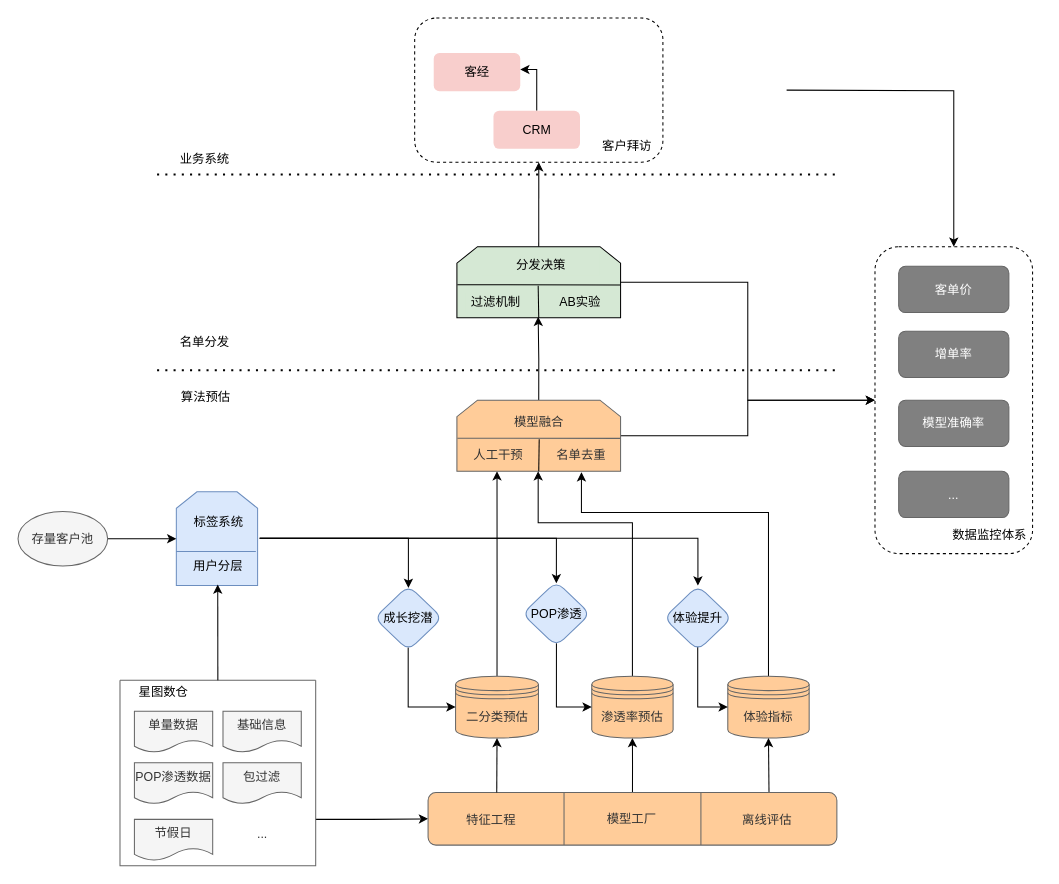
JintaiYang/drawio keeps this draw.io diagram as 增单挖潜技术评审Q1.drawio. Above is the earlier version. Source tidied: cells renumbered, new cells numbered last; positions are measured from the earlier drawing's top-left corner, leaving out a move shared by most shapes. Both pictures are drawn from the tidied source at 103%, with x=0, y=0 at pixel (18, 18).
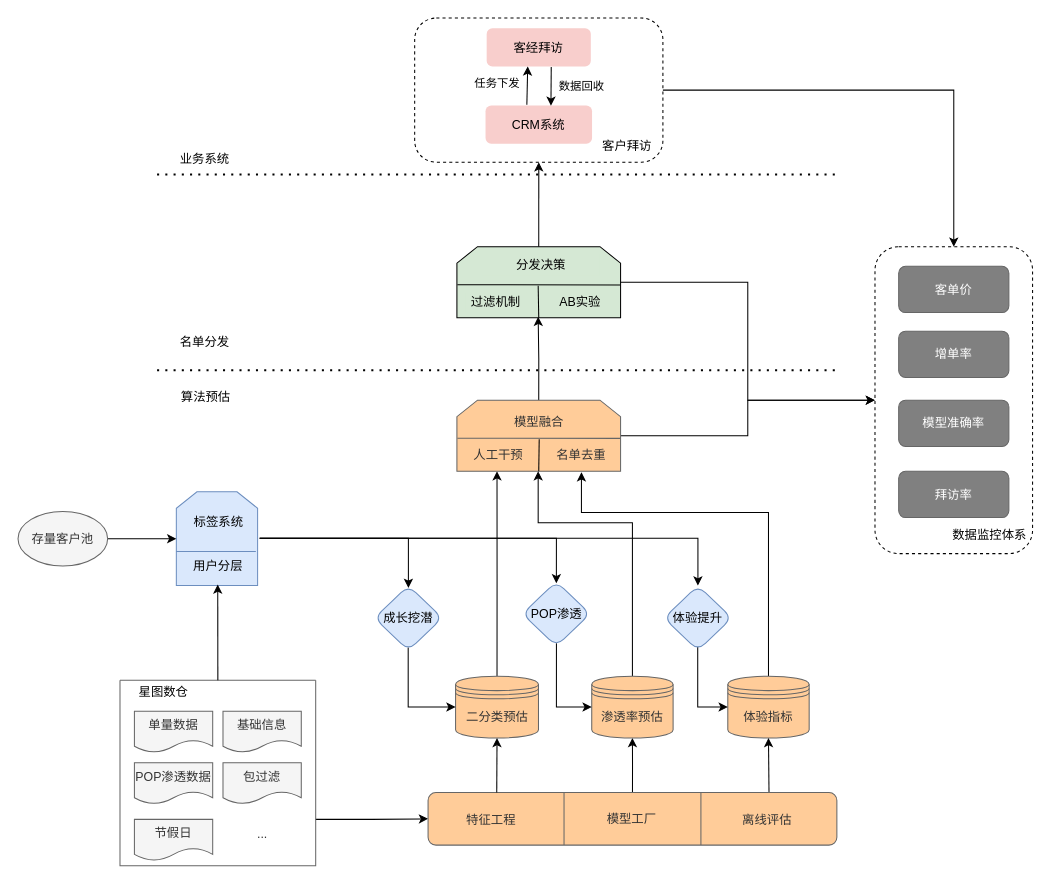
After the change.

Commit message (it also covers changes not shown here):
更新增单挖潜技术评审Q1.drawio

Unchanged cells that the change refers to:
```xml
<mxCell id="2" style="rounded=1;whiteSpace=wrap;html=1;dashed=1;strokeColor=default;fontColor=#FFFFFF;fillColor=none;" parent="1" vertex="1">
  <mxGeometry x="832" y="222" width="153" height="298" as="geometry" />
</mxCell>
<mxCell id="3" style="rounded=1;whiteSpace=wrap;html=1;strokeColor=default;fillColor=none;dashed=1;" parent="1" vertex="1">
  <mxGeometry x="385.1" width="241" height="140" as="geometry" />
</mxCell>
```

The edit, as a diff of the source:
```diff
@@
-    <mxCell id="14" value="&lt;font&gt;客经&lt;/font&gt;" style="rounded=1;whiteSpace=wrap;html=1;glass=0;sketch=0;strokeWidth=1;fillColor=#f8cecc;strokeColor=none;fontColor=#000000;" parent="1" vertex="1">
-      <mxGeometry x="403.6" y="34" width="84" height="37" as="geometry" />
+    <mxCell id="14" value="&lt;font&gt;客经拜访&lt;/font&gt;" style="rounded=1;whiteSpace=wrap;html=1;glass=0;sketch=0;strokeWidth=1;fillColor=#f8cecc;strokeColor=none;fontColor=#000000;" parent="1" vertex="1">
+      <mxGeometry x="455" y="10" width="101.1" height="37" as="geometry" />
     </mxCell>
@@
-    <mxCell id="40" style="edgeStyle=orthogonalEdgeStyle;rounded=0;jettySize=auto;html=1;strokeColor=#000000;fontColor=#000000;" parent="1" edge="1" source="41">
-      <mxGeometry relative="1" as="geometry">
-        <mxPoint x="487.6" y="50" as="targetPoint" />
-        <Array as="points">
-          <mxPoint x="503.6" y="50" />
-          <mxPoint x="487.6" y="50" />
-        </Array>
-      </mxGeometry>
-    </mxCell>
-    <mxCell id="41" value="CRM" style="rounded=1;whiteSpace=wrap;html=1;glass=0;sketch=0;strokeWidth=1;fillColor=#f8cecc;strokeColor=none;" parent="1" vertex="1">
-      <mxGeometry x="461.6" y="90" width="84" height="37" as="geometry" />
+    <mxCell id="41" value="CRM系统" style="rounded=1;whiteSpace=wrap;html=1;glass=0;sketch=0;strokeWidth=1;fillColor=#f8cecc;strokeColor=none;" parent="1" vertex="1">
+      <mxGeometry x="453.9" y="85" width="103.4" height="37" as="geometry" />
     </mxCell>
@@
-    <mxCell id="66" style="edgeStyle=orthogonalEdgeStyle;rounded=0;jettySize=auto;html=1;exitX=1;exitY=0.5;exitDx=0;exitDy=0;entryX=0.5;entryY=0;entryDx=0;entryDy=0;strokeColor=#000000;fontColor=#000000;" parent="1" edge="1" target="2">
-      <mxGeometry relative="1" as="geometry">
-        <mxPoint x="746.2" y="70" as="sourcePoint" />
-      </mxGeometry>
+    <mxCell id="66" style="edgeStyle=orthogonalEdgeStyle;rounded=0;jettySize=auto;html=1;exitX=1;exitY=0.5;exitDx=0;exitDy=0;entryX=0.5;entryY=0;entryDx=0;entryDy=0;strokeColor=#000000;fontColor=#000000;" parent="1" edge="1" source="3" target="2">
+      <mxGeometry relative="1" as="geometry" />
     </mxCell>
@@
-    <mxCell id="71" value="..." style="rounded=1;whiteSpace=wrap;html=1;fillColor=#808080;fontColor=#FFFFFF;strokeColor=#666666;" parent="1" vertex="1">
+    <mxCell id="71" value="拜访率" style="rounded=1;whiteSpace=wrap;html=1;fillColor=#808080;fontColor=#FFFFFF;strokeColor=#666666;" parent="1" vertex="1">
       <mxGeometry x="855" y="440" width="107" height="45" as="geometry" />
     </mxCell>
+    <mxCell id="72" style="endArrow=classic;html=1;rounded=0;entryX=0.394;entryY=0.999;entryDx=0;entryDy=0;exitX=0.388;exitY=-0.022;exitDx=0;exitDy=0;entryPerimeter=0;exitPerimeter=0;" parent="1" edge="1" source="41" target="14">
+      <mxGeometry relative="1" as="geometry" />
+    </mxCell>
+    <mxCell id="73" value="任务下发" style="edgeLabel;html=1;align=center;verticalAlign=middle;" parent="72" vertex="1">
+      <mxGeometry x="0.48" relative="1" as="geometry">
+        <mxPoint x="-30" y="6" as="offset" />
+      </mxGeometry>
+    </mxCell>
+    <mxCell id="74" style="endArrow=classic;html=1;rounded=0;entryX=0.614;entryY=0.004;entryDx=0;entryDy=0;exitX=0.62;exitY=1.017;exitDx=0;exitDy=0;exitPerimeter=0;entryPerimeter=0;" parent="1" edge="1" source="14" target="41">
+      <mxGeometry relative="1" as="geometry" />
+    </mxCell>
+    <mxCell id="75" value="数据回收" style="edgeLabel;html=1;align=center;verticalAlign=middle;" parent="74" vertex="1">
+      <mxGeometry x="0.06" y="1" relative="1" as="geometry">
+        <mxPoint x="28" y="-2" as="offset" />
+      </mxGeometry>
+    </mxCell>
```
